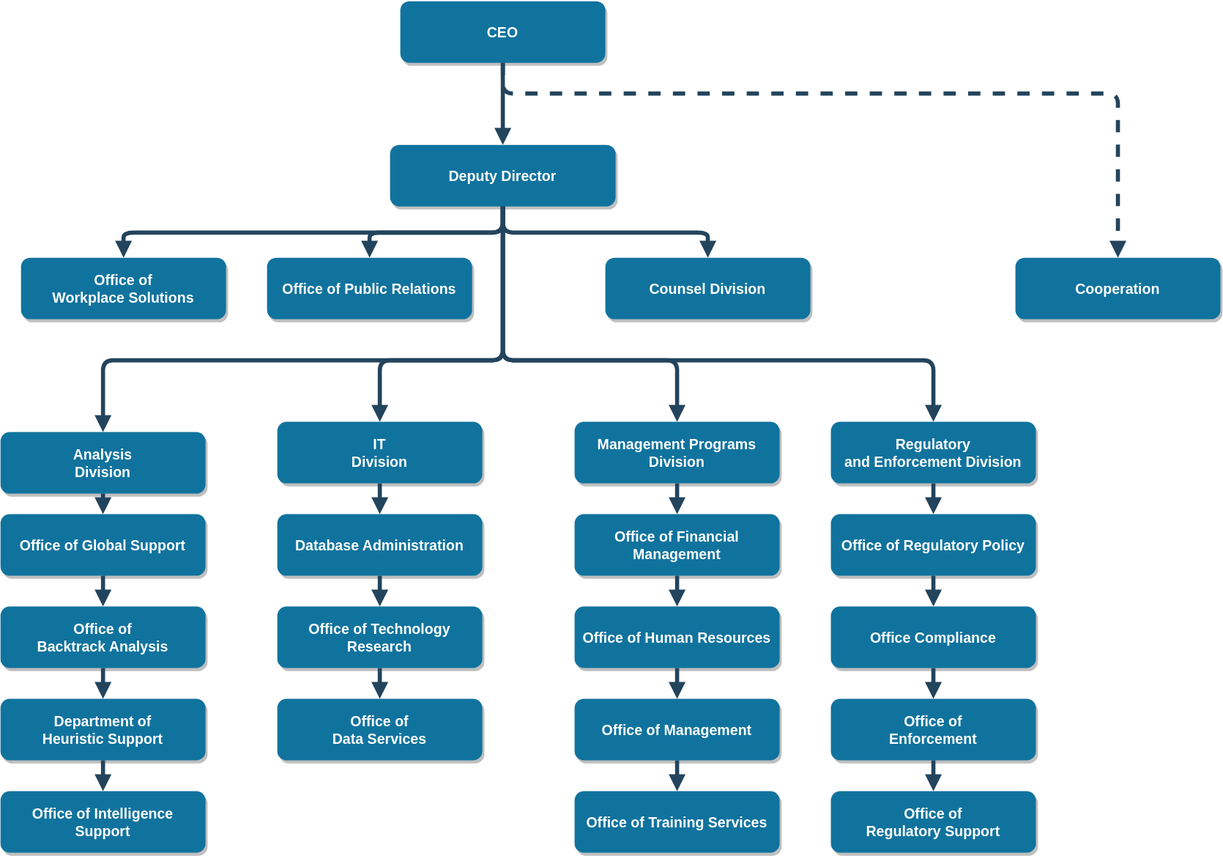
Earlier version of the draw.io export Untitled Diagram.svg (cafra/note). Source tidied: cells renumbered, new cells last; positions are measured from the earlier drawing's top-left corner, leaving out a move shared by most shapes.
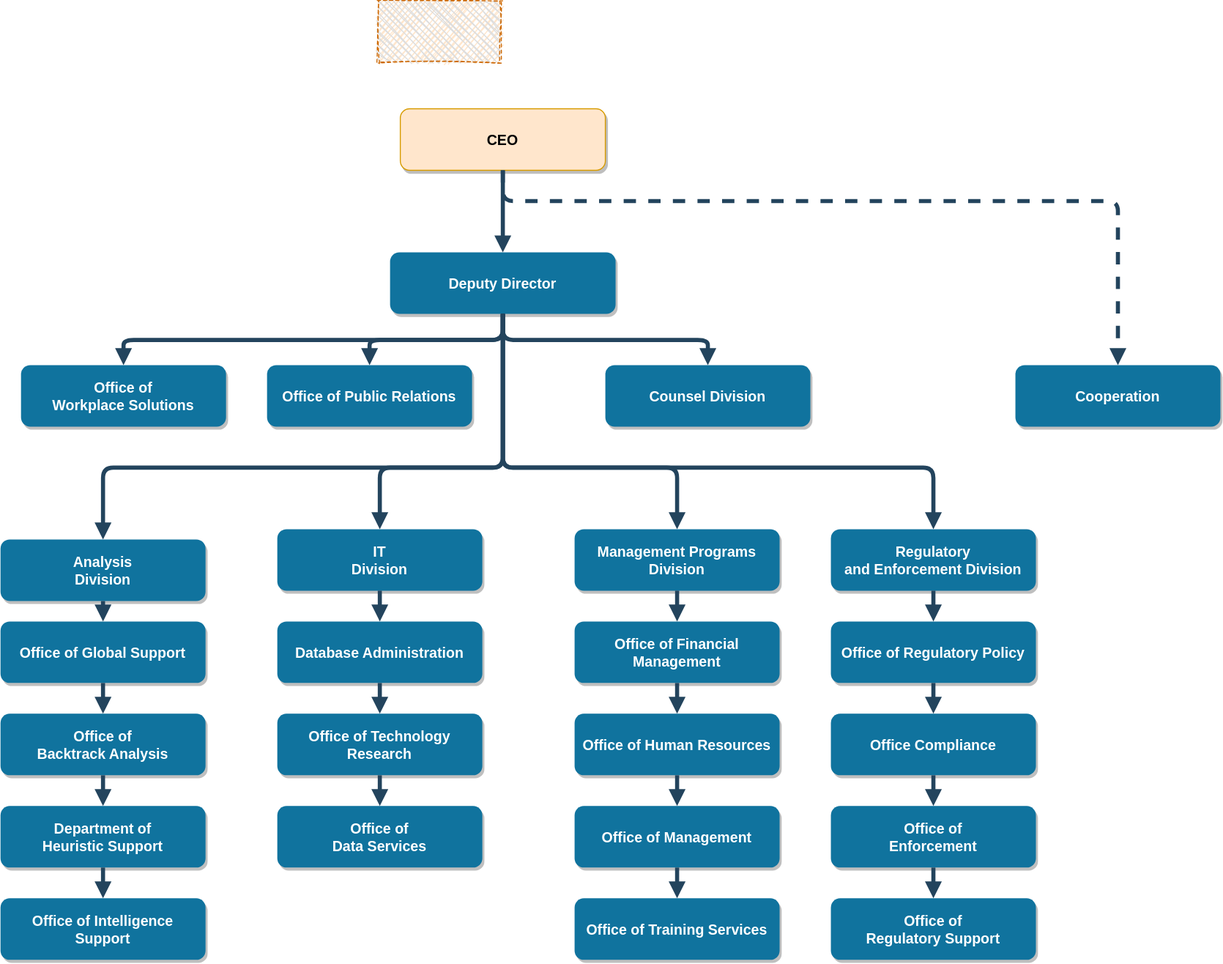
The same file after the commit.

What changed in the source:
```diff
@@ -2,7 +2,7 @@
   <root>
     <mxCell id="0" />
     <mxCell id="1" parent="0" />
-    <mxCell id="2" value="CEO" style="rounded=1;fillColor=#10739E;strokeColor=none;shadow=1;gradientColor=none;fontStyle=1;fontColor=#FFFFFF;fontSize=14;" parent="1" vertex="1">
+    <mxCell id="2" value="CEO" style="rounded=1;fillColor=#ffe6cc;strokeColor=#d79b00;shadow=1;fontStyle=1;fontSize=14;" parent="1" vertex="1">
       <mxGeometry x="390" y="-0.5" width="200" height="60" as="geometry" />
     </mxCell>
     <mxCell id="3" value="Deputy Director" style="rounded=1;fillColor=#10739E;strokeColor=none;shadow=1;gradientColor=none;fontStyle=1;fontColor=#FFFFFF;fontSize=14;" parent="1" vertex="1">
@@ -169,5 +169,8 @@
         </Array>
       </mxGeometry>
     </mxCell>
+    <mxCell id="51" style="verticalLabelPosition=bottom;verticalAlign=top;html=1;shape=mxgraph.basic.patternFillRect;fillStyle=diagRev;step=5;fillStrokeWidth=0.2;fillStrokeColor=#dddddd;fillColor=#ffe6cc;rotation=0;dashed=1;perimeterSpacing=7;sketch=1;strokeColor=#CC6600;" parent="1" vertex="1">
+      <mxGeometry x="368" y="-106" width="120" height="60" as="geometry" />
+    </mxCell>
   </root>
 </mxGraphModel>
```
